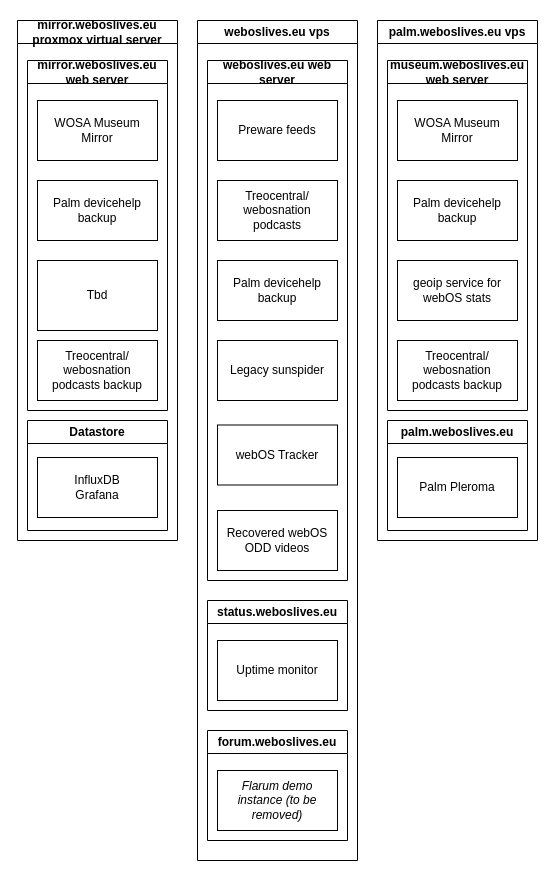
Before: Legacy webOS Services.drawio in h8pewou/legacy_webos, a draw.io diagram. Source tidied: cells renumbered, new cells numbered last; positions are measured from the earlier drawing's top-left corner, leaving out a move shared by most shapes. Both pictures are drawn from the tidied source at 100%, with x=0, y=0 at pixel (17, 20).
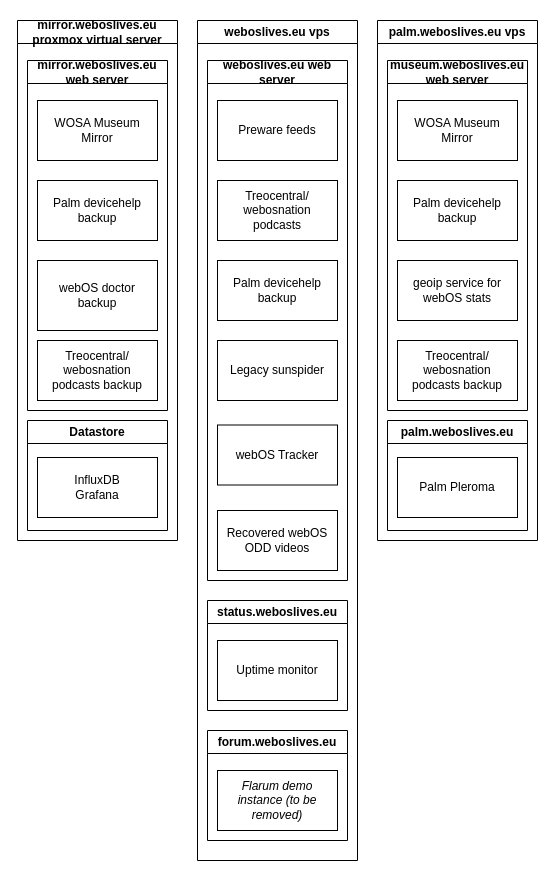
The same diagram, later.

Unchanged cells that the change refers to:
```xml
<mxCell id="25" value="mirror.weboslives.eu web server" style="swimlane;whiteSpace=wrap;html=1;" parent="22" vertex="1">
  <mxGeometry x="10" y="40" width="140" height="350" as="geometry" />
</mxCell>
```

Change to the diagram source:
```diff
@@
-    <mxCell id="29" value="Tbd" style="rounded=0;whiteSpace=wrap;html=1;" parent="25" vertex="1">
+    <mxCell id="29" value="webOS doctor backup" style="rounded=0;whiteSpace=wrap;html=1;" parent="25" vertex="1">
       <mxGeometry x="10" y="200" width="120" height="70" as="geometry" />
     </mxCell>
```
